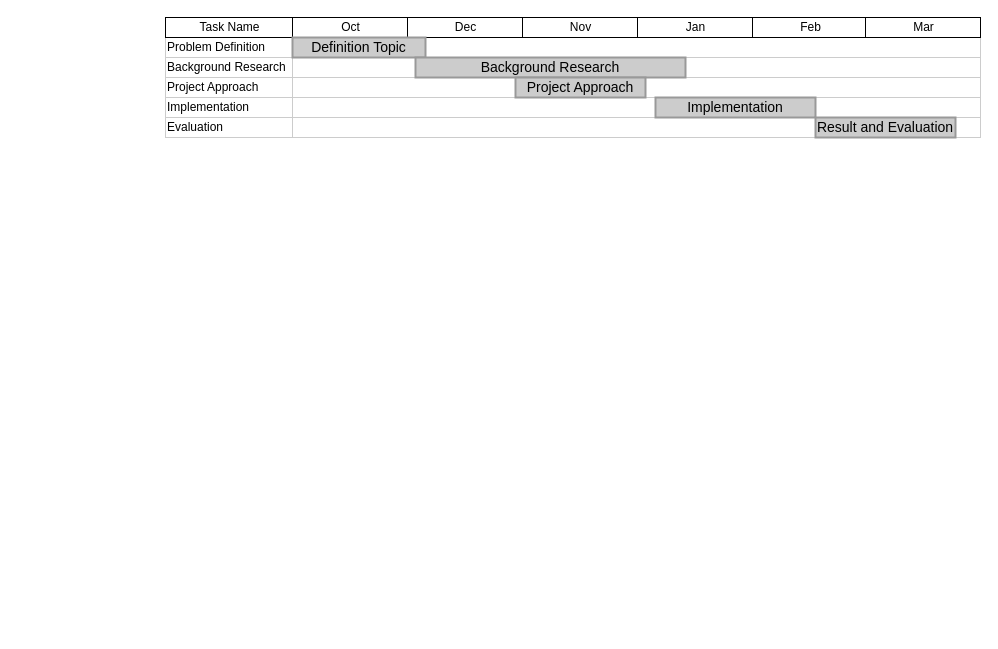
Before: gantt.drawio in 347115683/Diagram, a draw.io diagram. Source tidied: cells renumbered, new cells numbered last; positions are measured from the earlier drawing's top-left corner, leaving out a move shared by most shapes. Both pictures are drawn from the tidied source at 100%, with x=0, y=0 at pixel (165, 17).
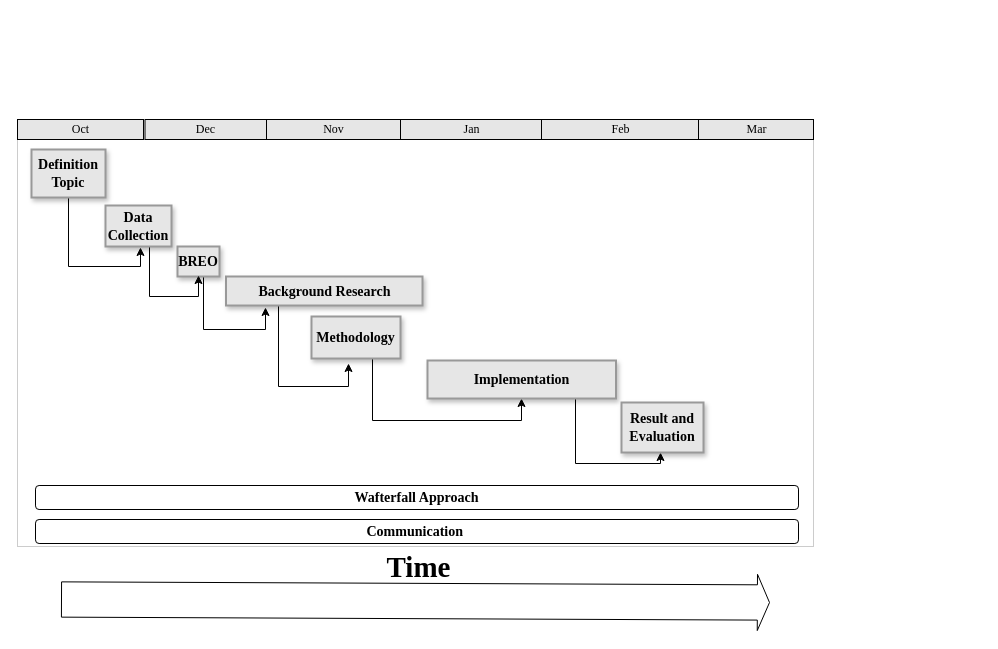
The same page after the edit.

Diff of the diagram source:
```diff
@@
-    <mxCell id="2" value="Problem Definition" style="align=left;strokeColor=#CCCCCC;html=1;" parent="1" vertex="1">
-      <mxGeometry y="20" width="127" height="20" as="geometry" />
-    </mxCell>
-    <mxCell id="3" value="Background Research" style="align=left;strokeColor=#CCCCCC;html=1;" parent="1" vertex="1">
-      <mxGeometry y="40" width="127" height="20" as="geometry" />
-    </mxCell>
-    <mxCell id="4" value="Project Approach" style="align=left;strokeColor=#CCCCCC;html=1;" parent="1" vertex="1">
-      <mxGeometry y="60" width="127" height="20" as="geometry" />
-    </mxCell>
-    <mxCell id="5" value="Implementation" style="align=left;strokeColor=#CCCCCC;html=1;" parent="1" vertex="1">
-      <mxGeometry y="80" width="127" height="20" as="geometry" />
-    </mxCell>
-    <mxCell id="6" value="Evaluation" style="align=left;strokeColor=#CCCCCC;html=1;" parent="1" vertex="1">
-      <mxGeometry y="100" width="127" height="20" as="geometry" />
-    </mxCell>
-    <mxCell id="7" value="Task Name" style="strokeWidth=1;fontStyle=0;html=1;" parent="1" vertex="1">
-      <mxGeometry width="127" height="20" as="geometry" />
-    </mxCell>
-    <mxCell id="8" style="align=left;strokeColor=#CCCCCC;html=1;" parent="1" vertex="1">
-      <mxGeometry x="127" y="20" width="688" height="20" as="geometry" />
-    </mxCell>
+    <mxCell id="24" style="align=left;strokeColor=#CCCCCC;html=1;fillColor=none;shadow=0;" parent="1" vertex="1">
+      <mxGeometry x="-148" y="122" width="796" height="407" as="geometry" />
+    </mxCell>
-    <mxCell id="9" value="Jan" style="strokeWidth=1;fontStyle=0;html=1;" parent="1" vertex="1">
-      <mxGeometry x="472" width="115" height="20" as="geometry" />
+    <mxCell id="9" value="&lt;font face=&quot;Times New Roman&quot;&gt;Jan&lt;/font&gt;" style="strokeWidth=1;fontStyle=0;html=1;fillColor=#E6E6E6;shadow=0;" parent="1" vertex="1">
+      <mxGeometry x="234" y="102" width="143" height="20" as="geometry" />
     </mxCell>
-    <mxCell id="10" value="Feb" style="strokeWidth=1;fontStyle=0;html=1;" parent="1" vertex="1">
-      <mxGeometry x="587" width="115" height="20" as="geometry" />
+    <mxCell id="10" value="&lt;font face=&quot;Times New Roman&quot;&gt;Feb&lt;/font&gt;" style="strokeWidth=1;fontStyle=0;html=1;fillColor=#E6E6E6;shadow=0;" parent="1" vertex="1">
+      <mxGeometry x="376" y="102" width="157" height="20" as="geometry" />
     </mxCell>
-    <mxCell id="11" value="Mar" style="strokeWidth=1;fontStyle=0;html=1;" parent="1" vertex="1">
-      <mxGeometry x="700" width="115" height="20" as="geometry" />
+    <mxCell id="11" value="&lt;font face=&quot;Times New Roman&quot;&gt;Mar&lt;/font&gt;" style="strokeWidth=1;fontStyle=0;html=1;fillColor=#E6E6E6;shadow=0;" parent="1" vertex="1">
+      <mxGeometry x="533" y="102" width="115" height="20" as="geometry" />
     </mxCell>
-    <mxCell id="12" value="Oct" style="strokeWidth=1;fontStyle=0;html=1;" parent="1" vertex="1">
-      <mxGeometry x="127" width="115" height="20" as="geometry" />
+    <mxCell id="12" value="&lt;font face=&quot;Times New Roman&quot;&gt;Oct&lt;/font&gt;" style="strokeWidth=1;fontStyle=0;html=1;fillColor=#E6E6E6;shadow=0;" parent="1" vertex="1">
+      <mxGeometry x="-148" y="102" width="126" height="20" as="geometry" />
     </mxCell>
-    <mxCell id="13" value="Nov" style="strokeWidth=1;fontStyle=0;html=1;" parent="1" vertex="1">
-      <mxGeometry x="357" width="115" height="20" as="geometry" />
+    <mxCell id="13" value="&lt;font face=&quot;Times New Roman&quot;&gt;Nov&lt;/font&gt;" style="strokeWidth=1;fontStyle=0;html=1;fillColor=#E6E6E6;shadow=0;" parent="1" vertex="1">
+      <mxGeometry x="101" y="102" width="134" height="20" as="geometry" />
     </mxCell>
-    <mxCell id="14" value="Dec" style="strokeWidth=1;fontStyle=0;html=1;" parent="1" vertex="1">
-      <mxGeometry x="242" width="115" height="20" as="geometry" />
+    <mxCell id="14" value="&lt;font face=&quot;Times New Roman&quot;&gt;Dec&lt;/font&gt;" style="strokeWidth=1;fontStyle=0;html=1;fillColor=#E6E6E6;shadow=0;" parent="1" vertex="1">
+      <mxGeometry x="-20.5" y="102" width="121.5" height="20" as="geometry" />
     </mxCell>
-    <mxCell id="15" style="align=left;strokeColor=#CCCCCC;html=1;" parent="1" vertex="1">
-      <mxGeometry x="127" y="40" width="688" height="20" as="geometry" />
-    </mxCell>
-    <mxCell id="16" style="align=left;strokeColor=#CCCCCC;html=1;" parent="1" vertex="1">
-      <mxGeometry x="127" y="60" width="688" height="20" as="geometry" />
-    </mxCell>
-    <mxCell id="17" style="align=left;strokeColor=#CCCCCC;html=1;" parent="1" vertex="1">
-      <mxGeometry x="127" y="80" width="688" height="20" as="geometry" />
-    </mxCell>
-    <mxCell id="18" style="align=left;strokeColor=#CCCCCC;html=1;" parent="1" vertex="1">
-      <mxGeometry x="127" y="100" width="688" height="20" as="geometry" />
-    </mxCell>
+    <mxCell id="25" style="edgeStyle=orthogonalEdgeStyle;rounded=0;jettySize=auto;html=1;entryX=0.53;entryY=1.024;entryDx=0;entryDy=0;entryPerimeter=0;" parent="1" edge="1" source="19" target="35">
+      <mxGeometry relative="1" as="geometry" />
+    </mxCell>
-    <mxCell id="19" value="Definition Topic" style="whiteSpace=wrap;html=1;strokeWidth=2;fillColor=#CCCCCC;gradientColor=none;fontSize=14;align=center;strokeColor=#999999;" parent="1" vertex="1">
-      <mxGeometry x="127" y="20" width="133" height="20" as="geometry" />
+    <mxCell id="19" value="&lt;b&gt;&lt;font face=&quot;Times New Roman&quot;&gt;Definition &lt;br&gt;Topic&lt;/font&gt;&lt;/b&gt;" style="whiteSpace=wrap;html=1;strokeWidth=2;fillColor=#E6E6E6;gradientColor=none;fontSize=14;align=center;strokeColor=#999999;shadow=1;" parent="1" vertex="1">
+      <mxGeometry x="-134" y="132" width="74" height="48" as="geometry" />
     </mxCell>
-    <mxCell id="20" value="Background Research" style="whiteSpace=wrap;html=1;strokeWidth=2;fillColor=#CCCCCC;gradientColor=none;fontSize=14;align=center;strokeColor=#999999;" parent="1" vertex="1">
-      <mxGeometry x="250" y="40" width="270" height="20" as="geometry" />
-    </mxCell>
-    <mxCell id="21" value="Project Approach" style="whiteSpace=wrap;html=1;strokeWidth=2;fillColor=#CCCCCC;gradientColor=none;fontSize=14;align=center;strokeColor=#999999;" parent="1" vertex="1">
-      <mxGeometry x="350" y="60" width="130" height="20" as="geometry" />
-    </mxCell>
-    <mxCell id="22" value="Implementation" style="whiteSpace=wrap;html=1;strokeWidth=2;fillColor=#CCCCCC;gradientColor=none;fontSize=14;align=center;strokeColor=#999999;" parent="1" vertex="1">
-      <mxGeometry x="490" y="80" width="160" height="20" as="geometry" />
-    </mxCell>
+    <mxCell id="26" style="edgeStyle=orthogonalEdgeStyle;rounded=0;jettySize=auto;html=1;entryX=0.416;entryY=1.119;entryDx=0;entryDy=0;entryPerimeter=0;" parent="1" edge="1" source="27" target="29">
+      <mxGeometry relative="1" as="geometry">
+        <Array as="points">
+          <mxPoint x="113" y="369" />
+          <mxPoint x="183" y="369" />
+        </Array>
+      </mxGeometry>
+    </mxCell>
+    <mxCell id="27" value="&lt;b&gt;&lt;font face=&quot;Times New Roman&quot;&gt;Background Research&lt;/font&gt;&lt;/b&gt;" style="whiteSpace=wrap;html=1;strokeWidth=2;fillColor=#E6E6E6;gradientColor=none;fontSize=14;align=center;strokeColor=#999999;shadow=1;" parent="1" vertex="1">
+      <mxGeometry x="60.5" y="259" width="196.5" height="29" as="geometry" />
+    </mxCell>
+    <mxCell id="28" style="edgeStyle=orthogonalEdgeStyle;rounded=0;jettySize=auto;html=1;" parent="1" edge="1" source="29" target="31">
+      <mxGeometry relative="1" as="geometry">
+        <Array as="points">
+          <mxPoint x="207" y="403" />
+          <mxPoint x="356" y="403" />
+        </Array>
+      </mxGeometry>
+    </mxCell>
+    <mxCell id="29" value="&lt;b&gt;&lt;font face=&quot;Times New Roman&quot;&gt;Methodology&lt;/font&gt;&lt;/b&gt;" style="whiteSpace=wrap;html=1;strokeWidth=2;fillColor=#E6E6E6;gradientColor=none;fontSize=14;align=center;strokeColor=#999999;shadow=1;" parent="1" vertex="1">
+      <mxGeometry x="146" y="299" width="89" height="42" as="geometry" />
+    </mxCell>
+    <mxCell id="30" style="edgeStyle=orthogonalEdgeStyle;rounded=0;jettySize=auto;html=1;entryX=0.476;entryY=1;entryDx=0;entryDy=0;entryPerimeter=0;" parent="1" edge="1" source="31" target="23">
+      <mxGeometry relative="1" as="geometry">
+        <Array as="points">
+          <mxPoint x="410" y="446" />
+          <mxPoint x="495" y="446" />
+        </Array>
+      </mxGeometry>
+    </mxCell>
+    <mxCell id="31" value="&lt;b&gt;&lt;font face=&quot;Times New Roman&quot;&gt;Implementation&lt;/font&gt;&lt;/b&gt;" style="whiteSpace=wrap;html=1;strokeWidth=2;fillColor=#E6E6E6;gradientColor=none;fontSize=14;align=center;strokeColor=#999999;shadow=1;" parent="1" vertex="1">
+      <mxGeometry x="262" y="343" width="188.5" height="38" as="geometry" />
+    </mxCell>
-    <mxCell id="23" value="Result and Evaluation" style="whiteSpace=wrap;html=1;strokeWidth=2;fillColor=#CCCCCC;gradientColor=none;fontSize=14;align=center;strokeColor=#999999;" parent="1" vertex="1">
-      <mxGeometry x="650" y="100" width="140" height="20" as="geometry" />
+    <mxCell id="23" value="&lt;b&gt;&lt;font face=&quot;Times New Roman&quot;&gt;Result and &lt;br&gt;Evaluation&lt;/font&gt;&lt;/b&gt;" style="whiteSpace=wrap;html=1;strokeWidth=2;fillColor=#E6E6E6;gradientColor=none;fontSize=14;align=center;strokeColor=#999999;shadow=1;" parent="1" vertex="1">
+      <mxGeometry x="456" y="385" width="82" height="50" as="geometry" />
     </mxCell>
+    <mxCell id="32" style="edgeStyle=orthogonalEdgeStyle;rounded=0;jettySize=auto;html=1;entryX=0.201;entryY=1.069;entryDx=0;entryDy=0;entryPerimeter=0;" parent="1" edge="1" source="33" target="27">
+      <mxGeometry relative="1" as="geometry">
+        <Array as="points">
+          <mxPoint x="38" y="312" />
+          <mxPoint x="100" y="312" />
+        </Array>
+      </mxGeometry>
+    </mxCell>
+    <mxCell id="33" value="&lt;b&gt;&lt;font face=&quot;Times New Roman&quot;&gt;BREO&lt;/font&gt;&lt;/b&gt;" style="whiteSpace=wrap;html=1;strokeWidth=2;fillColor=#E6E6E6;gradientColor=none;fontSize=14;align=center;strokeColor=#999999;shadow=1;" parent="1" vertex="1">
+      <mxGeometry x="12" y="229" width="42" height="30" as="geometry" />
+    </mxCell>
+    <mxCell id="34" style="edgeStyle=orthogonalEdgeStyle;rounded=0;jettySize=auto;html=1;entryX=0.5;entryY=0.967;entryDx=0;entryDy=0;entryPerimeter=0;" parent="1" edge="1" source="35" target="33">
+      <mxGeometry relative="1" as="geometry">
+        <Array as="points">
+          <mxPoint x="-16" y="279" />
+          <mxPoint x="33" y="279" />
+        </Array>
+      </mxGeometry>
+    </mxCell>
+    <mxCell id="35" value="&lt;b&gt;&lt;font face=&quot;Times New Roman&quot;&gt;Data &lt;br&gt;Collection&lt;/font&gt;&lt;/b&gt;" style="whiteSpace=wrap;html=1;strokeWidth=2;fillColor=#E6E6E6;gradientColor=none;fontSize=14;align=center;strokeColor=#999999;shadow=1;" parent="1" vertex="1">
+      <mxGeometry x="-60" y="188" width="66" height="41" as="geometry" />
+    </mxCell>
+    <mxCell id="36" style="shape=flexArrow;endArrow=classic;html=1;rounded=0;width=35.294117647058826;endSize=3.7058823529411766;" parent="1" edge="1">
+      <mxGeometry relative="1" as="geometry">
+        <mxPoint x="-104.5" y="582" as="sourcePoint" />
+        <mxPoint x="604.5" y="585" as="targetPoint" />
+      </mxGeometry>
+    </mxCell>
+    <mxCell id="37" value="&lt;h3&gt;&lt;b&gt;&lt;font face=&quot;Times New Roman&quot;&gt;Wafterfall Approach&lt;/font&gt;&lt;/b&gt;&lt;/h3&gt;" style="rounded=1;whiteSpace=wrap;html=1;" parent="1" vertex="1">
+      <mxGeometry x="-130" y="468" width="763" height="24" as="geometry" />
+    </mxCell>
+    <mxCell id="38" value="&lt;h3&gt;&lt;b&gt;&lt;font face=&quot;Times New Roman&quot;&gt;Communication&amp;nbsp;&lt;/font&gt;&lt;/b&gt;&lt;/h3&gt;" style="rounded=1;whiteSpace=wrap;html=1;" parent="1" vertex="1">
+      <mxGeometry x="-130" y="502" width="763" height="24" as="geometry" />
+    </mxCell>
+    <mxCell id="39" value="&lt;pre&gt;&lt;font size=&quot;1&quot; face=&quot;Times New Roman&quot; style=&quot;&quot;&gt;&lt;b style=&quot;font-size: 29px;&quot;&gt;Time&lt;/b&gt;&lt;/font&gt;&lt;/pre&gt;" style="text;html=1;align=center;verticalAlign=middle;strokeColor=none;fillColor=none;" parent="1" vertex="1">
+      <mxGeometry x="211.5" y="514" width="82" height="71" as="geometry" />
+    </mxCell>
```
